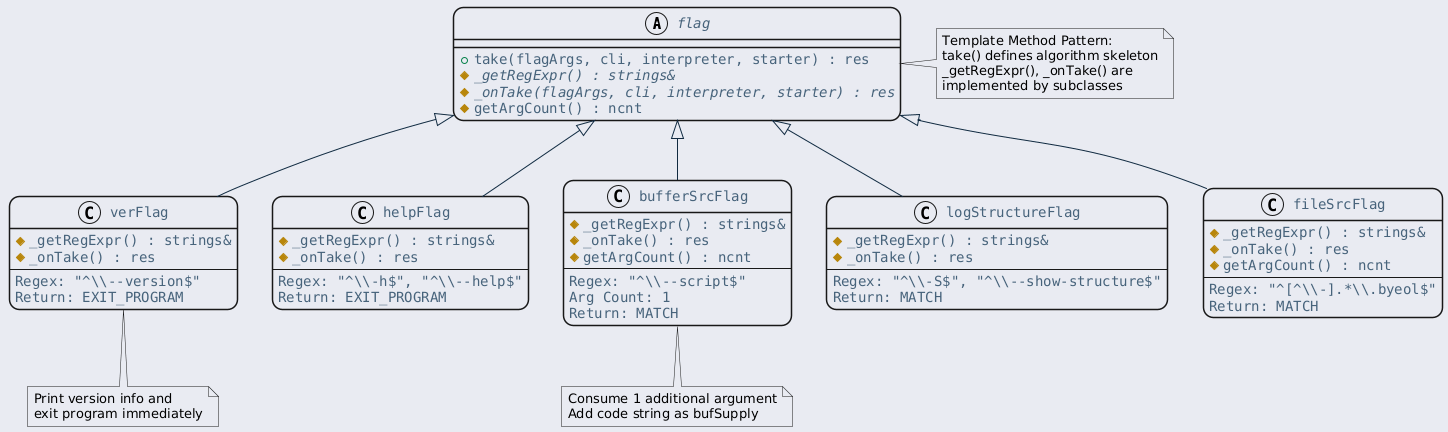
Above: ref/generated/ko/inline_umlgraph_39.png in byeolang/website (PlantUML), before the change.
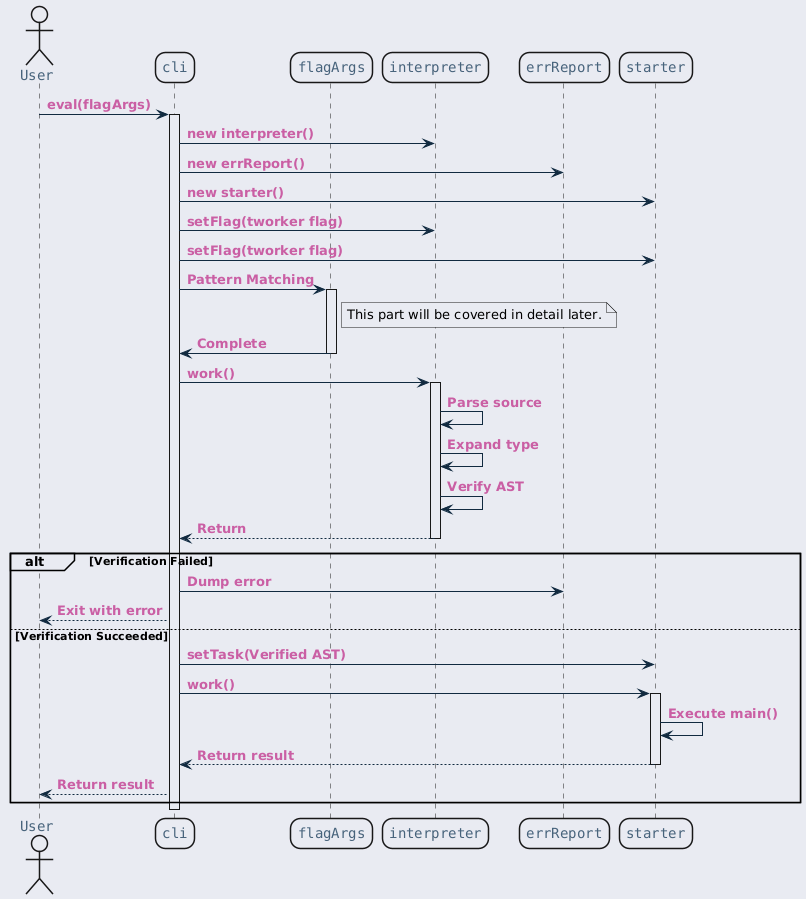
The same diagram one commit later.

What changed in the source:
```diff
@@ -23,76 +23,52 @@
     }
 }
 </style>
-abstract class flag {
-    + take(flagArgs, cli, interpreter, starter) : res
-    # {abstract} _getRegExpr() : strings&
-    # {abstract} _onTake(flagArgs, cli, interpreter, starter) : res
-    # getArgCount() : ncnt
-}
+actor User
+participant "cli" as cli
+participant "flagArgs" as flags
+participant "interpreter" as ip
+participant "errReport" as report
+participant "starter" as st
 
-note right of flag
-  Template Method Pattern:
-  take() defines algorithm skeleton
-  _getRegExpr(), _onTake() are
-  implemented by subclasses
+User -> cli : eval(flagArgs)
+activate cli
+
+cli -> ip : new interpreter()
+cli -> report : new errReport()
+cli -> st : new starter()
+
+cli -> ip : setFlag(tworker flag)
+cli -> st : setFlag(tworker flag)
+
+cli -> flags : Pattern Matching
+activate flags
+note right of flags
+  This part will be covered in detail later.
 end note
+flags -> cli: Complete
+deactivate flags
 
-class verFlag {
-    # _getRegExpr() : strings&
-    # _onTake() : res
-    --
-    Regex: "^\\\\--version$"
-    Return: EXIT_PROGRAM
-}
+cli -> ip : work()
+activate ip
+ip -> ip : Parse source
+ip -> ip : Expand type
+ip -> ip : Verify AST
+ip --> cli : Return
+deactivate ip
 
-class helpFlag {
-    # _getRegExpr() : strings&
-    # _onTake() : res
-    --
-    Regex: "^\\\\-h$", "^\\\\--help$"
-    Return: EXIT_PROGRAM
-}
+alt Verification Failed
+    cli -> report : Dump error
+    cli --> User : Exit with error
+else Verification Succeeded
+    cli -> st : setTask(Verified AST)
+    cli -> st : work()
+    activate st
+    st -> st : Execute main()
+    st --> cli : Return result
+    deactivate st
 
-class bufferSrcFlag {
-    # _getRegExpr() : strings&
-    # _onTake() : res
-    # getArgCount() : ncnt
-    --
-    Regex: "^\\\\--script$"
-    Arg Count: 1
-    Return: MATCH
-}
+    cli --> User : Return result
+end
 
-class logStructureFlag {
-    # _getRegExpr() : strings&
-    # _onTake() : res
-    --
-    Regex: "^\\\\-S$", "^\\\\--show-structure$"
-    Return: MATCH
-}
-
-class fileSrcFlag {
-    # _getRegExpr() : strings&
-    # _onTake() : res
-    # getArgCount() : ncnt
-    --
-    Regex: "^[^\\\\-].*\\\\.byeol$"
-    Return: MATCH
-}
-
-flag <|-- verFlag
-flag <|-- helpFlag
-flag <|-- bufferSrcFlag
-flag <|-- logStructureFlag
-flag <|-- fileSrcFlag
-
-note bottom of verFlag
-  Print version info and
-  exit program immediately
-end note
-
-note bottom of bufferSrcFlag
-  Consume 1 additional argument
-  Add code string as bufSupply
-end note
+deactivate cli
 @enduml
```
